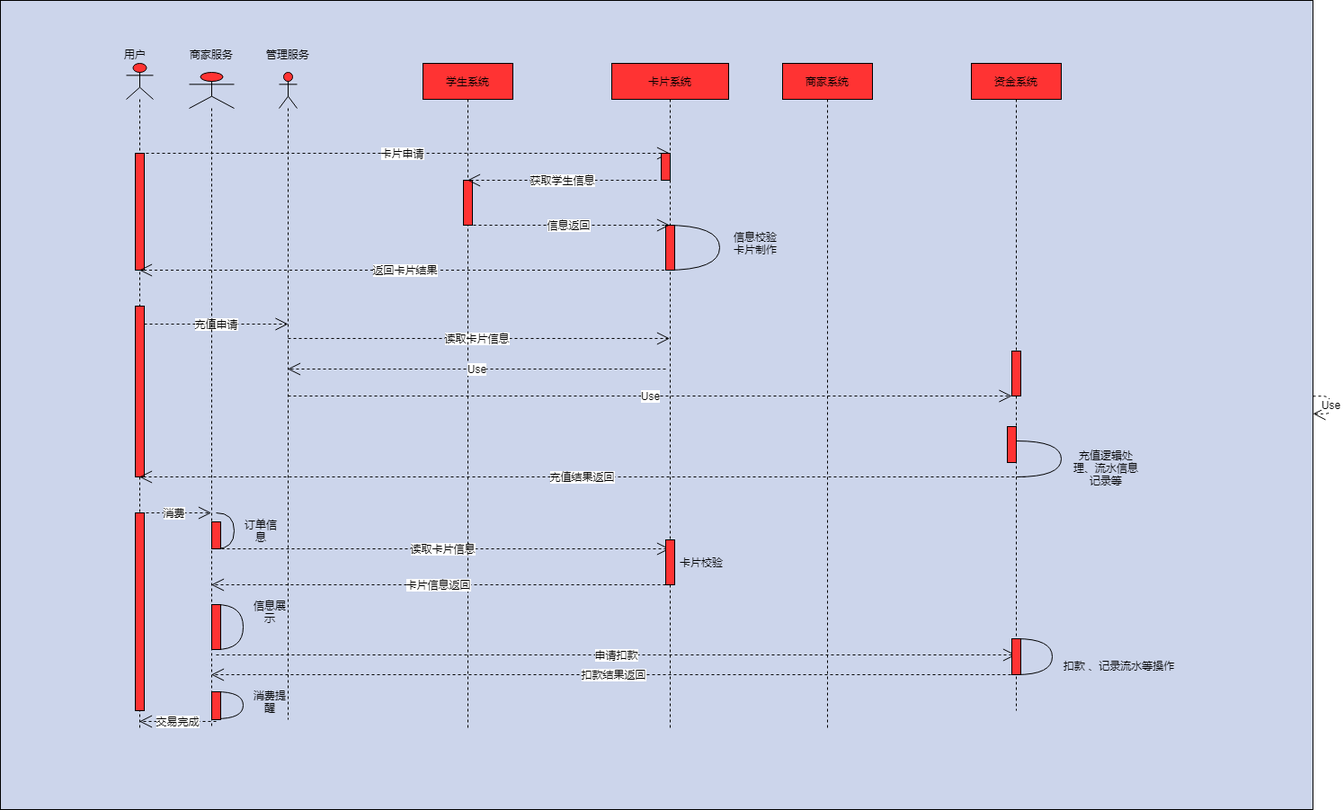
The draw.io diagram Untitled Diagram.png in xiaozhubao/jg, before a commit. Source tidied: cells renumbered, new cells last; positions are measured from the earlier drawing's top-left corner, leaving out a move shared by most shapes.
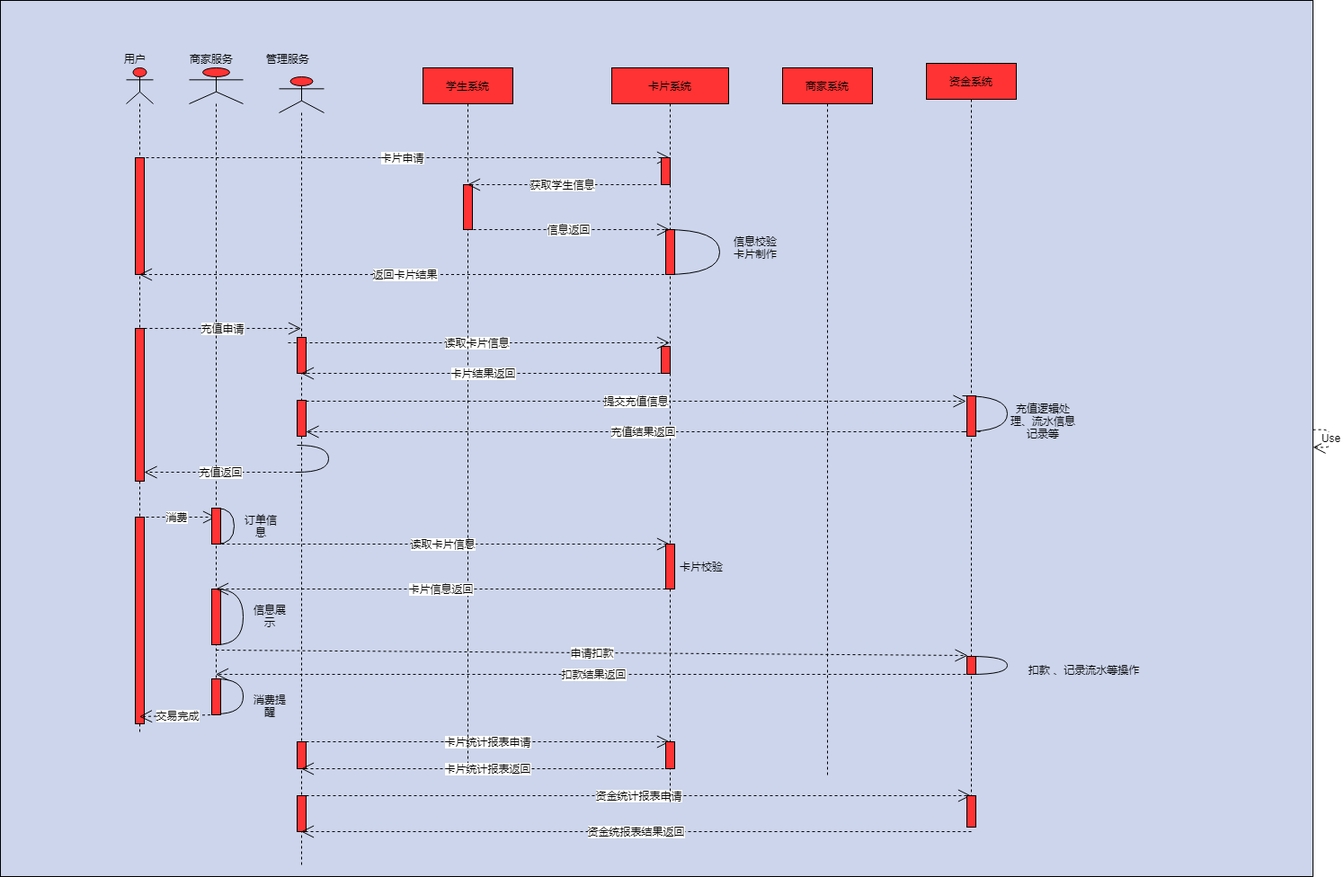
Above is the later version.

Change to the diagram source:
```diff
@@ -3,7 +3,7 @@
     <mxCell id="0" />
     <mxCell id="1" parent="0" />
     <mxCell id="2" style="fillColor=#CCD5EB;rounded=0;" parent="1" vertex="1">
-      <mxGeometry width="1460" height="900" as="geometry" />
+      <mxGeometry y="-5" width="1460" height="975" as="geometry" />
     </mxCell>
     <mxCell id="3" style="shape=umlLifeline;participant=umlActor;perimeter=lifelinePerimeter;whiteSpace=wrap;html=1;verticalAlign=top;spacingTop=36;labelBackgroundColor=#ffffff;outlineConnect=0;fillColor=#FF3333;" parent="1" vertex="1">
       <mxGeometry x="140" y="70" width="30" height="740" as="geometry" />
@@ -17,7 +17,7 @@
       <mxGeometry x="10" y="100" width="10" height="130" as="geometry" />
     </mxCell>
     <mxCell id="6" style="html=1;points=[];perimeter=orthogonalPerimeter;rounded=0;fillColor=#FF3333;" parent="3" vertex="1">
-      <mxGeometry x="10" y="270" width="10" height="190" as="geometry" />
+      <mxGeometry x="10" y="290" width="10" height="170" as="geometry" />
     </mxCell>
     <mxCell id="7" value="消费" style="endArrow=open;endSize=12;dashed=1;html=1;" parent="3" edge="1" target="11">
       <mxGeometry x="0.26" y="-10" relative="1" as="geometry">
@@ -29,19 +29,13 @@
       </mxGeometry>
     </mxCell>
     <mxCell id="8" style="html=1;perimeter=orthogonalPerimeter;rounded=0;fillColor=#FF3333;" parent="3" vertex="1">
-      <mxGeometry x="10" y="500" width="10" height="220" as="geometry" />
+      <mxGeometry x="10" y="500" width="10" height="230" as="geometry" />
     </mxCell>
-    <mxCell id="9" value="充值申请" style="endArrow=open;endSize=12;dashed=1;html=1;" parent="3" edge="1">
-      <mxGeometry relative="1" as="geometry">
-        <mxPoint x="20" y="290" as="sourcePoint" />
-        <mxPoint x="180" y="290" as="targetPoint" />
-      </mxGeometry>
-    </mxCell>
     <mxCell id="10" value="用户" style="text;html=1;strokeColor=none;fillColor=none;align=center;verticalAlign=middle;whiteSpace=wrap;rounded=0;" parent="1" vertex="1">
       <mxGeometry x="130" y="50" width="40" height="20" as="geometry" />
     </mxCell>
     <mxCell id="11" style="shape=umlLifeline;participant=umlActor;perimeter=lifelinePerimeter;whiteSpace=wrap;html=1;verticalAlign=top;spacingTop=36;labelBackgroundColor=#ffffff;outlineConnect=0;fillColor=#FF3333;" parent="1" vertex="1">
-      <mxGeometry x="210" y="80" width="50" height="730" as="geometry" />
+      <mxGeometry x="210" y="70" width="60" height="720" as="geometry" />
     </mxCell>
     <mxCell id="12" style="shape=requiredInterface;html=1;verticalLabelPosition=bottom;rounded=0;fillColor=#FF3333;" parent="11" vertex="1">
       <mxGeometry x="30" y="490" width="20" height="40" as="geometry" />
@@ -52,34 +46,32 @@
       </mxGeometry>
     </mxCell>
     <mxCell id="14" style="shape=requiredInterface;html=1;verticalLabelPosition=bottom;rounded=0;fillColor=#FF3333;" parent="11" vertex="1">
-      <mxGeometry x="30" y="592" width="30" height="50" as="geometry" />
+      <mxGeometry x="30" y="580" width="30" height="62" as="geometry" />
     </mxCell>
-    <mxCell id="15" value="申请扣款" style="endArrow=open;endSize=12;dashed=1;html=1;" parent="11" edge="1">
+    <mxCell id="15" value="申请扣款" style="endArrow=open;endSize=12;dashed=1;html=1;entryX=-0.05;entryY=0.9;entryDx=0;entryDy=0;entryPerimeter=0;" parent="11" edge="1" target="45">
       <mxGeometry relative="1" as="geometry">
         <mxPoint x="30" y="648" as="sourcePoint" />
-        <mxPoint x="919.5" y="648" as="targetPoint" />
       </mxGeometry>
     </mxCell>
     <mxCell id="16" style="shape=requiredInterface;html=1;verticalLabelPosition=bottom;rounded=0;fillColor=#FF3333;" parent="11" vertex="1">
-      <mxGeometry x="30" y="689" width="30" height="30" as="geometry" />
+      <mxGeometry x="30" y="680" width="30" height="39" as="geometry" />
     </mxCell>
-    <mxCell id="17" value="交易完成" style="endArrow=open;endSize=12;dashed=1;html=1;" parent="11" edge="1">
+    <mxCell id="17" value="交易完成" style="endArrow=open;endSize=12;dashed=1;html=1;" parent="11" edge="1" source="11">
       <mxGeometry relative="1" as="geometry">
-        <mxPoint x="30" y="722" as="sourcePoint" />
         <mxPoint x="-55.5" y="722" as="targetPoint" />
       </mxGeometry>
     </mxCell>
     <mxCell id="18" style="html=1;perimeter=orthogonalPerimeter;rounded=0;fillColor=#FF3333;" parent="11" vertex="1">
-      <mxGeometry x="25" y="500" width="10" height="30" as="geometry" />
+      <mxGeometry x="25" y="490" width="10" height="40" as="geometry" />
     </mxCell>
     <mxCell id="19" style="html=1;perimeter=orthogonalPerimeter;rounded=0;fillColor=#FF3333;" parent="11" vertex="1">
-      <mxGeometry x="25" y="592" width="10" height="50" as="geometry" />
+      <mxGeometry x="25" y="580" width="10" height="62" as="geometry" />
     </mxCell>
     <mxCell id="20" style="html=1;perimeter=orthogonalPerimeter;rounded=0;fillColor=#FF3333;" parent="11" vertex="1">
-      <mxGeometry x="25" y="689" width="10" height="31" as="geometry" />
+      <mxGeometry x="25" y="680" width="10" height="40" as="geometry" />
     </mxCell>
     <mxCell id="21" style="shape=umlLifeline;participant=umlActor;perimeter=lifelinePerimeter;whiteSpace=wrap;html=1;verticalAlign=top;spacingTop=36;labelBackgroundColor=#ffffff;outlineConnect=0;fillColor=#FF3333;" parent="1" vertex="1">
-      <mxGeometry x="310" y="80" width="20" height="720" as="geometry" />
+      <mxGeometry x="310" y="80" width="50" height="880" as="geometry" />
     </mxCell>
     <mxCell id="22" value="读取卡片信息" style="endArrow=open;endSize=12;dashed=1;html=1;" parent="21" edge="1">
       <mxGeometry x="-0.01" relative="1" as="geometry">
@@ -87,11 +79,31 @@
         <mxPoint x="434.5" y="296" as="targetPoint" />
       </mxGeometry>
     </mxCell>
-    <mxCell id="23" value="Use" style="endArrow=open;endSize=12;dashed=1;html=1;" parent="21" edge="1" target="41">
-      <mxGeometry relative="1" as="geometry">
-        <mxPoint x="10" y="360" as="sourcePoint" />
-      </mxGeometry>
-    </mxCell>
+    <mxCell id="55" style="html=1;perimeter=orthogonalPerimeter;rounded=0;fillColor=#FF3333;" parent="21" vertex="1">
+      <mxGeometry x="20" y="290" width="10" height="40" as="geometry" />
+    </mxCell>
+    <mxCell id="56" style="shape=requiredInterface;html=1;verticalLabelPosition=bottom;rounded=0;fillColor=#FF3333;" parent="21" vertex="1">
+      <mxGeometry x="20" y="410" width="35" height="30" as="geometry" />
+    </mxCell>
+    <mxCell id="57" style="html=1;points=[];perimeter=orthogonalPerimeter;rounded=0;fillColor=#FF3333;" parent="21" vertex="1">
+      <mxGeometry x="20" y="360" width="10" height="40" as="geometry" />
+    </mxCell>
+    <mxCell id="58" value="卡片统计报表申请" style="endArrow=open;endSize=12;dashed=1;html=1;" parent="21" edge="1" target="28">
+      <mxGeometry relative="1" as="geometry">
+        <mxPoint x="30" y="740" as="sourcePoint" />
+      </mxGeometry>
+    </mxCell>
+    <mxCell id="59" style="html=1;perimeter=orthogonalPerimeter;rounded=0;fillColor=#FF3333;" parent="21" vertex="1">
+      <mxGeometry x="20" y="740" width="10" height="30" as="geometry" />
+    </mxCell>
+    <mxCell id="60" value="资金统计报表申请" style="endArrow=open;endSize=12;dashed=1;html=1;" parent="21" edge="1" target="38">
+      <mxGeometry relative="1" as="geometry">
+        <mxPoint x="30" y="800" as="sourcePoint" />
+      </mxGeometry>
+    </mxCell>
+    <mxCell id="61" style="html=1;perimeter=orthogonalPerimeter;rounded=0;fillColor=#FF3333;" parent="21" vertex="1">
+      <mxGeometry x="20" y="800" width="10" height="40" as="geometry" />
+    </mxCell>
     <mxCell id="24" value="商家服务" style="text;html=1;strokeColor=none;fillColor=none;align=center;verticalAlign=middle;whiteSpace=wrap;rounded=0;" parent="1" vertex="1">
       <mxGeometry x="210" y="50" width="50" height="20" as="geometry" />
     </mxCell>
@@ -99,13 +111,13 @@
       <mxGeometry x="295" y="50" width="50" height="20" as="geometry" />
     </mxCell>
     <mxCell id="26" value="学生系统" style="shape=umlLifeline;perimeter=lifelinePerimeter;whiteSpace=wrap;html=1;outlineConnect=0;fillColor=#FF3333;" parent="1" vertex="1">
-      <mxGeometry x="470" y="70" width="100" height="740" as="geometry" />
+      <mxGeometry x="470" y="70" width="100" height="790" as="geometry" />
     </mxCell>
     <mxCell id="27" style="html=1;perimeter=orthogonalPerimeter;fillColor=#FF3333;" parent="26" vertex="1">
       <mxGeometry x="45" y="130" width="10" height="50" as="geometry" />
     </mxCell>
     <mxCell id="28" value="卡片系统" style="shape=umlLifeline;perimeter=lifelinePerimeter;whiteSpace=wrap;html=1;outlineConnect=0;fillColor=#FF3333;" parent="1" vertex="1">
-      <mxGeometry x="680" y="70" width="130" height="740" as="geometry" />
+      <mxGeometry x="680" y="70" width="130" height="820" as="geometry" />
     </mxCell>
     <mxCell id="29" value="获取学生信息" style="endArrow=open;endSize=12;dashed=1;html=1;" parent="28" edge="1" target="26">
       <mxGeometry relative="1" as="geometry">
@@ -135,42 +147,53 @@
     <mxCell id="35" value="卡片校验" style="text;html=1;strokeColor=none;fillColor=none;align=center;verticalAlign=middle;whiteSpace=wrap;rounded=0;" parent="28" vertex="1">
       <mxGeometry x="70" y="550" width="60" height="10" as="geometry" />
     </mxCell>
-    <mxCell id="36" value="Use" style="endArrow=open;endSize=12;dashed=1;html=1;" parent="28" edge="1" target="21">
+    <mxCell id="36" value="卡片结果返回" style="endArrow=open;endSize=12;dashed=1;html=1;" parent="28" edge="1" target="21">
       <mxGeometry relative="1" as="geometry">
         <mxPoint x="60" y="340" as="sourcePoint" />
       </mxGeometry>
     </mxCell>
+    <mxCell id="62" style="html=1;perimeter=orthogonalPerimeter;rounded=0;fillColor=#FF3333;" parent="28" vertex="1">
+      <mxGeometry x="55" y="310" width="10" height="30" as="geometry" />
+    </mxCell>
+    <mxCell id="63" style="html=1;perimeter=orthogonalPerimeter;rounded=0;fillColor=#FF3333;" parent="28" vertex="1">
+      <mxGeometry x="60" y="750" width="10" height="30" as="geometry" />
+    </mxCell>
     <mxCell id="37" value="商家系统" style="shape=umlLifeline;perimeter=lifelinePerimeter;whiteSpace=wrap;html=1;fillColor=#FF3333;" parent="1" vertex="1">
-      <mxGeometry x="870" y="70" width="100" height="740" as="geometry" />
+      <mxGeometry x="870" y="70" width="100" height="790" as="geometry" />
     </mxCell>
     <mxCell id="38" value="资金系统" style="shape=umlLifeline;perimeter=lifelinePerimeter;whiteSpace=wrap;html=1;outlineConnect=0;fillColor=#FF3333;" parent="1" vertex="1">
-      <mxGeometry x="1080" y="70" width="100" height="720" as="geometry" />
+      <mxGeometry x="1030" y="65" width="100" height="850" as="geometry" />
     </mxCell>
     <mxCell id="39" style="shape=requiredInterface;html=1;verticalLabelPosition=bottom;rounded=0;fillColor=#FF3333;" parent="38" vertex="1">
-      <mxGeometry x="50" y="420" width="50" height="40" as="geometry" />
+      <mxGeometry x="40" y="370" width="50" height="40" as="geometry" />
     </mxCell>
-    <mxCell id="40" value="充值结果返回" style="endArrow=open;endSize=12;dashed=1;html=1;" parent="38" edge="1" target="3">
+    <mxCell id="40" value="充值结果返回" style="endArrow=open;endSize=12;dashed=1;html=1;" parent="38" edge="1">
       <mxGeometry relative="1" as="geometry">
-        <mxPoint x="60" y="460" as="sourcePoint" />
+        <mxPoint x="60" y="410" as="sourcePoint" />
+        <mxPoint x="-690" y="410" as="targetPoint" />
+        <Array as="points">
+          <mxPoint x="20" y="410" />
+          <mxPoint x="-230" y="410" />
+        </Array>
       </mxGeometry>
     </mxCell>
-    <mxCell id="41" style="html=1;points=[];perimeter=orthogonalPerimeter;rounded=0;fillColor=#FF3333;" parent="38" vertex="1">
-      <mxGeometry x="45" y="320" width="10" height="50" as="geometry" />
-    </mxCell>
-    <mxCell id="42" style="html=1;perimeter=orthogonalPerimeter;rounded=0;fillColor=#FF3333;" parent="38" vertex="1">
-      <mxGeometry x="40" y="404" width="10" height="40" as="geometry" />
-    </mxCell>
     <mxCell id="43" style="shape=requiredInterface;html=1;verticalLabelPosition=bottom;rounded=0;fillColor=#FF3333;" parent="38" vertex="1">
-      <mxGeometry x="50" y="640" width="40" height="40" as="geometry" />
+      <mxGeometry x="50" y="660" width="40" height="20" as="geometry" />
     </mxCell>
     <mxCell id="44" value="扣款结果返回" style="endArrow=open;endSize=12;dashed=1;html=1;" parent="38" edge="1" target="11">
       <mxGeometry relative="1" as="geometry">
         <mxPoint x="50" y="680" as="sourcePoint" />
       </mxGeometry>
     </mxCell>
-    <mxCell id="45" style="html=1;points=[];perimeter=orthogonalPerimeter;rounded=0;fillColor=#FF3333;" parent="38" vertex="1">
-      <mxGeometry x="45" y="640" width="10" height="40" as="geometry" />
+    <mxCell id="45" style="html=1;points=[];perimeter=orthogonalPerimeter;rounded=0;fillColor=#FF3333;direction=south;" parent="38" vertex="1">
+      <mxGeometry x="45" y="660" width="10" height="20" as="geometry" />
     </mxCell>
+    <mxCell id="64" style="html=1;points=[];perimeter=orthogonalPerimeter;rounded=0;fillColor=#FF3333;" parent="38" vertex="1">
+      <mxGeometry x="45" y="370" width="10" height="45" as="geometry" />
+    </mxCell>
+    <mxCell id="65" style="html=1;perimeter=orthogonalPerimeter;rounded=0;fillColor=#FF3333;" parent="38" vertex="1">
+      <mxGeometry x="45" y="815" width="10" height="35" as="geometry" />
+    </mxCell>
     <mxCell id="46" value="信息返回" style="endArrow=open;endSize=12;dashed=1;html=1;" parent="1" edge="1" target="28">
       <mxGeometry relative="1" as="geometry">
         <mxPoint x="520" y="250" as="sourcePoint" />
@@ -190,19 +213,49 @@
       </mxGeometry>
     </mxCell>
     <mxCell id="50" value="充值逻辑处理、流水信息记录等" style="text;html=1;strokeColor=none;fillColor=none;align=center;verticalAlign=middle;whiteSpace=wrap;rounded=0;" parent="1" vertex="1">
-      <mxGeometry x="1190" y="500" width="80" height="40" as="geometry" />
+      <mxGeometry x="1120" y="442.5" width="80" height="40" as="geometry" />
     </mxCell>
     <mxCell id="51" value="订单信息" style="text;html=1;strokeColor=none;fillColor=none;align=center;verticalAlign=middle;whiteSpace=wrap;rounded=0;" parent="1" vertex="1">
-      <mxGeometry x="270" y="580" width="40" height="20" as="geometry" />
+      <mxGeometry x="270" y="570" width="40" height="20" as="geometry" />
     </mxCell>
     <mxCell id="52" value="信息展示" style="text;html=1;strokeColor=none;fillColor=none;align=center;verticalAlign=middle;whiteSpace=wrap;rounded=0;" parent="1" vertex="1">
       <mxGeometry x="280" y="670" width="40" height="20" as="geometry" />
     </mxCell>
     <mxCell id="53" value="扣款 、记录流水等操作" style="text;html=1;strokeColor=none;fillColor=none;align=center;verticalAlign=middle;whiteSpace=wrap;rounded=0;" parent="1" vertex="1">
-      <mxGeometry x="1179" y="720" width="131" height="40" as="geometry" />
+      <mxGeometry x="1140" y="720" width="131" height="40" as="geometry" />
     </mxCell>
     <mxCell id="54" value="消费提醒" style="text;html=1;strokeColor=none;fillColor=none;align=center;verticalAlign=middle;whiteSpace=wrap;rounded=0;" parent="1" vertex="1">
       <mxGeometry x="280" y="770" width="40" height="20" as="geometry" />
     </mxCell>
+    <mxCell id="66" value="充值返回" style="endArrow=open;endSize=12;dashed=1;html=1;exitX=0.029;exitY=1;exitDx=0;exitDy=0;exitPerimeter=0;" parent="1" edge="1" source="56" target="6">
+      <mxGeometry relative="1" as="geometry" />
+    </mxCell>
+    <mxCell id="9" value="充值申请" style="endArrow=open;endSize=12;dashed=1;html=1;" parent="1" edge="1" target="21">
+      <mxGeometry relative="1" as="geometry">
+        <mxPoint x="160" y="360" as="sourcePoint" />
+      </mxGeometry>
+    </mxCell>
+    <mxCell id="23" value="提交充值信息" style="endArrow=open;endSize=12;dashed=1;html=1;entryX=-0.1;entryY=0.133;entryDx=0;entryDy=0;entryPerimeter=0;" parent="1" edge="1" source="57" target="64">
+      <mxGeometry relative="1" as="geometry" />
+    </mxCell>
+    <mxCell id="67" style="edgeStyle=orthogonalEdgeStyle;rounded=0;orthogonalLoop=1;jettySize=auto;html=1;exitX=0.5;exitY=1;exitDx=0;exitDy=0;" parent="1" edge="1" source="52" target="52">
+      <mxGeometry relative="1" as="geometry" />
+    </mxCell>
+    <mxCell id="68" style="edgeStyle=orthogonalEdgeStyle;rounded=0;orthogonalLoop=1;jettySize=auto;html=1;exitX=0.5;exitY=1;exitDx=0;exitDy=0;" parent="1" edge="1" source="54" target="54">
+      <mxGeometry relative="1" as="geometry" />
+    </mxCell>
+    <mxCell id="69" value="卡片统计报表返回" style="endArrow=open;endSize=12;dashed=1;html=1;" parent="1" edge="1" target="21">
+      <mxGeometry relative="1" as="geometry">
+        <mxPoint x="750" y="850" as="sourcePoint" />
+        <Array as="points">
+          <mxPoint x="740" y="850" />
+        </Array>
+      </mxGeometry>
+    </mxCell>
+    <mxCell id="70" value="资金统报表结果返回" style="endArrow=open;endSize=12;dashed=1;html=1;" parent="1" edge="1" target="21">
+      <mxGeometry relative="1" as="geometry">
+        <mxPoint x="1080" y="920" as="sourcePoint" />
+      </mxGeometry>
+    </mxCell>
   </root>
 </mxGraphModel>
```
